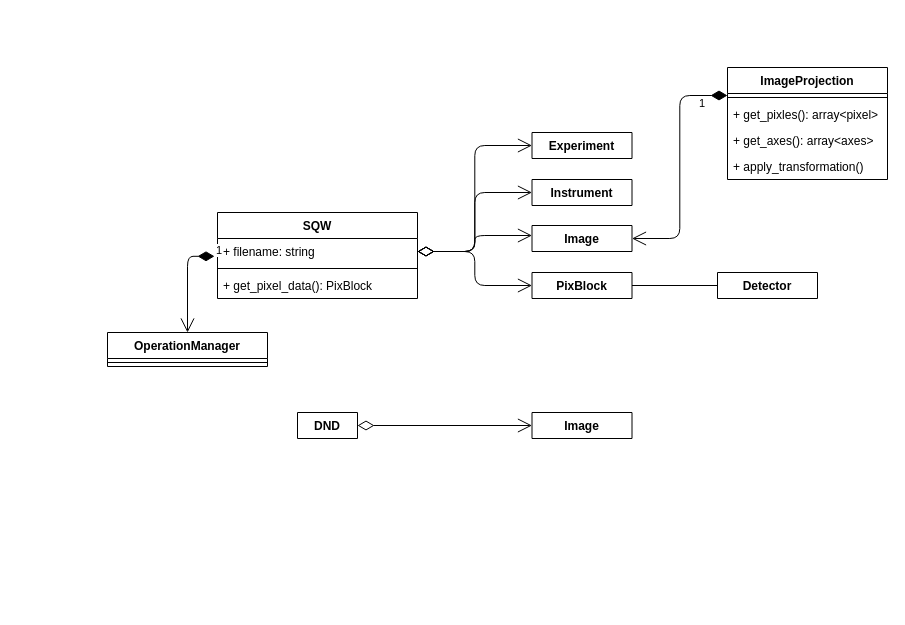
This is documentation/diagrams/sqw-dnd.drawio from pace-neutrons/Horace, a draw.io file, before an edit. Source tidied: cells renumbered, new cells numbered last; positions are measured from the earlier drawing's top-left corner, leaving out a move shared by most shapes. Both pictures are drawn from the tidied source at 100%, with x=0, y=0 at pixel (107, 67).
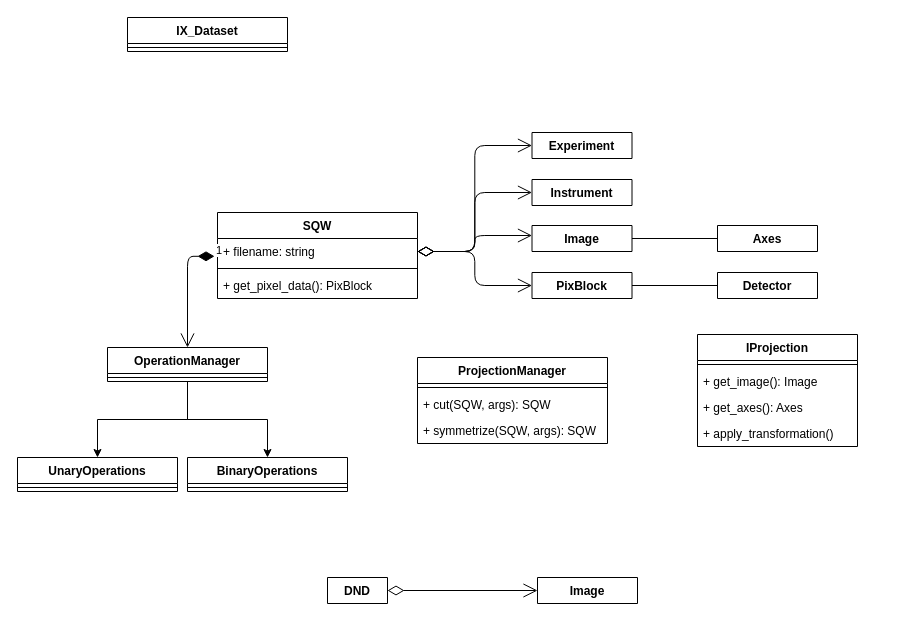
After the change.

Unchanged cells that the change refers to:
```xml
<mxCell id="12" value="+ filename: string" style="text;strokeColor=none;fillColor=none;align=left;verticalAlign=top;spacingLeft=4;spacingRight=4;overflow=hidden;points=[[0,0.5],[1,0.5]];portConstraint=eastwest;" parent="11" vertex="1">
  <mxGeometry y="26" width="200" height="26" as="geometry" />
</mxCell>
<mxCell id="18" value="Image" style="swimlane;fontStyle=1;align=center;verticalAlign=top;horizontal=1;startSize=26;" parent="1" vertex="1" collapsed="1">
  <mxGeometry x="424.5" y="158" width="100" height="26" as="geometry" />
</mxCell>
```

The edit, as a diff of the source:
```diff
@@
-    <mxCell id="2" value="ImageProjection" style="swimlane;fontStyle=1;align=center;verticalAlign=top;horizontal=1;startSize=26;" parent="1" vertex="1">
-      <mxGeometry x="620" width="160" height="112" as="geometry" />
+    <mxCell id="2" value="IProjection" style="swimlane;fontStyle=1;align=center;verticalAlign=top;horizontal=1;startSize=26;" parent="1" vertex="1">
+      <mxGeometry x="590" y="267" width="160" height="112" as="geometry" />
     </mxCell>
@@
-    <mxCell id="4" value="+ get_pixles(): array&lt;pixel&gt;" style="text;strokeColor=none;fillColor=none;align=left;verticalAlign=top;spacingLeft=4;spacingRight=4;overflow=hidden;" parent="2" vertex="1">
+    <mxCell id="4" value="+ get_image(): Image" style="text;strokeColor=none;fillColor=none;align=left;verticalAlign=top;spacingLeft=4;spacingRight=4;overflow=hidden;" parent="2" vertex="1">
       <mxGeometry y="34" width="160" height="26" as="geometry" />
     </mxCell>
-    <mxCell id="5" value="+ get_axes(): array&lt;axes&gt;" style="text;strokeColor=none;fillColor=none;align=left;verticalAlign=top;spacingLeft=4;spacingRight=4;overflow=hidden;" parent="2" vertex="1">
+    <mxCell id="5" value="+ get_axes(): Axes" style="text;strokeColor=none;fillColor=none;align=left;verticalAlign=top;spacingLeft=4;spacingRight=4;overflow=hidden;" parent="2" vertex="1">
       <mxGeometry y="60" width="160" height="26" as="geometry" />
     </mxCell>
@@
+    <mxCell id="30" value="Axes" style="swimlane;fontStyle=1;align=center;verticalAlign=top;horizontal=1;startSize=26;" parent="1" vertex="1" collapsed="1">
+      <mxGeometry x="610" y="158" width="100" height="26" as="geometry" />
+    </mxCell>
@@
-    <mxCell id="20" value="1" style="endArrow=open;html=1;endSize=12;startArrow=diamondThin;startSize=14;startFill=1;edgeStyle=orthogonalEdgeStyle;align=left;verticalAlign=bottom;exitX=0;exitY=0.25;exitDx=0;exitDy=0;entryX=1;entryY=0.5;entryDx=0;entryDy=0;" parent="1" edge="1" source="2" target="18">
-      <mxGeometry x="-0.75" y="17" relative="1" as="geometry" />
-    </mxCell>
     <mxCell id="21" value="DND" style="swimlane;fontStyle=1;align=center;verticalAlign=top;horizontal=1;startSize=26;" parent="1" vertex="1" collapsed="1">
-      <mxGeometry x="190" y="345" width="60" height="26" as="geometry" />
+      <mxGeometry x="220" y="510" width="60" height="26" as="geometry" />
     </mxCell>
     <mxCell id="22" value="Image" style="swimlane;fontStyle=1;align=center;verticalAlign=top;horizontal=1;startSize=26;" parent="1" vertex="1" collapsed="1">
-      <mxGeometry x="424.5" y="345" width="100" height="26" as="geometry" />
+      <mxGeometry x="430" y="510" width="100" height="26" as="geometry" />
     </mxCell>
@@
+    <mxCell id="31" style="edgeStyle=orthogonalEdgeStyle;rounded=0;jettySize=auto;html=1;" parent="1" edge="1" source="24" target="32">
+      <mxGeometry relative="1" as="geometry" />
+    </mxCell>
     <mxCell id="24" value="OperationManager" style="swimlane;fontStyle=1;align=center;verticalAlign=top;horizontal=1;startSize=26;" parent="1" vertex="1">
-      <mxGeometry y="265" width="160" height="34" as="geometry" />
+      <mxGeometry y="280" width="160" height="34" as="geometry" />
     </mxCell>
@@
+    <mxCell id="32" value="BinaryOperations" style="swimlane;fontStyle=1;align=center;verticalAlign=top;horizontal=1;startSize=26;" parent="1" vertex="1">
+      <mxGeometry x="80" y="390" width="160" height="34" as="geometry" />
+    </mxCell>
+    <mxCell id="33" style="line;strokeWidth=1;fillColor=none;align=left;verticalAlign=middle;spacingTop=-1;spacingLeft=3;spacingRight=3;labelPosition=right;" parent="32" vertex="1">
+      <mxGeometry y="26" width="160" height="8" as="geometry" />
+    </mxCell>
-    <mxCell id="26" value="1" style="endArrow=open;html=1;endSize=12;startArrow=diamondThin;startSize=14;startFill=1;edgeStyle=orthogonalEdgeStyle;align=left;verticalAlign=bottom;exitX=-0.015;exitY=0.685;exitDx=0;exitDy=0;exitPerimeter=0;" parent="1" edge="1" source="12" target="24">
+    <mxCell id="26" value="1" style="endArrow=open;html=1;endSize=12;startArrow=diamondThin;startSize=14;startFill=1;edgeStyle=orthogonalEdgeStyle;align=left;verticalAlign=bottom;exitX=-0.015;exitY=0.685;exitDx=0;exitDy=0;exitPerimeter=0;entryX=0.5;entryY=0;entryDx=0;entryDy=0;" parent="1" edge="1" source="12" target="24">
       <mxGeometry x="-1" y="3" relative="1" as="geometry" />
     </mxCell>
@@
+    <mxCell id="34" value="UnaryOperations" style="swimlane;fontStyle=1;align=center;verticalAlign=top;horizontal=1;startSize=26;" parent="1" vertex="1">
+      <mxGeometry x="-90" y="390" width="160" height="34" as="geometry" />
+    </mxCell>
+    <mxCell id="35" style="line;strokeWidth=1;fillColor=none;align=left;verticalAlign=middle;spacingTop=-1;spacingLeft=3;spacingRight=3;labelPosition=right;" parent="34" vertex="1">
+      <mxGeometry y="26" width="160" height="8" as="geometry" />
+    </mxCell>
+    <mxCell id="36" style="edgeStyle=orthogonalEdgeStyle;rounded=0;jettySize=auto;html=1;exitX=0.5;exitY=1;exitDx=0;exitDy=0;entryX=0.5;entryY=0;entryDx=0;entryDy=0;" parent="1" edge="1" source="24" target="34">
+      <mxGeometry relative="1" as="geometry" />
+    </mxCell>
+    <mxCell id="37" value="IX_Dataset" style="swimlane;fontStyle=1;align=center;verticalAlign=top;horizontal=1;startSize=26;" parent="1" vertex="1">
+      <mxGeometry x="20" y="-50" width="160" height="34" as="geometry" />
+    </mxCell>
+    <mxCell id="38" style="line;strokeWidth=1;fillColor=none;align=left;verticalAlign=middle;spacingTop=-1;spacingLeft=3;spacingRight=3;labelPosition=right;" parent="37" vertex="1">
+      <mxGeometry y="26" width="160" height="8" as="geometry" />
+    </mxCell>
+    <mxCell id="39" value="ProjectionManager" style="swimlane;fontStyle=1;align=center;verticalAlign=top;horizontal=1;startSize=26;" parent="1" vertex="1">
+      <mxGeometry x="310" y="290" width="190" height="86" as="geometry" />
+    </mxCell>
+    <mxCell id="40" style="line;strokeWidth=1;fillColor=none;align=left;verticalAlign=middle;spacingTop=-1;spacingLeft=3;spacingRight=3;labelPosition=right;" parent="39" vertex="1">
+      <mxGeometry y="26" width="190" height="8" as="geometry" />
+    </mxCell>
+    <mxCell id="41" value="+ cut(SQW, args): SQW" style="text;strokeColor=none;fillColor=none;align=left;verticalAlign=top;spacingLeft=4;spacingRight=4;overflow=hidden;" parent="39" vertex="1">
+      <mxGeometry y="34" width="190" height="26" as="geometry" />
+    </mxCell>
+    <mxCell id="42" value="+ symmetrize(SQW, args): SQW" style="text;strokeColor=none;fillColor=none;align=left;verticalAlign=top;spacingLeft=4;spacingRight=4;overflow=hidden;" parent="39" vertex="1">
+      <mxGeometry y="60" width="190" height="26" as="geometry" />
+    </mxCell>
+    <mxCell id="43" style="endArrow=none;html=1;edgeStyle=orthogonalEdgeStyle;exitX=1;exitY=0.5;exitDx=0;exitDy=0;entryX=0;entryY=0.5;entryDx=0;entryDy=0;" parent="1" edge="1" source="18" target="30">
+      <mxGeometry relative="1" as="geometry" />
+    </mxCell>
+    <mxCell id="44" style="html=1;align=left;verticalAlign=bottom;labelBackgroundColor=#ffffff;fontSize=10;" parent="43" vertex="1">
+      <mxGeometry x="-1" relative="1" as="geometry" />
+    </mxCell>
+    <mxCell id="45" style="html=1;align=right;verticalAlign=bottom;labelBackgroundColor=#ffffff;fontSize=10;" parent="43" vertex="1">
+      <mxGeometry x="1" relative="1" as="geometry" />
+    </mxCell>
```
